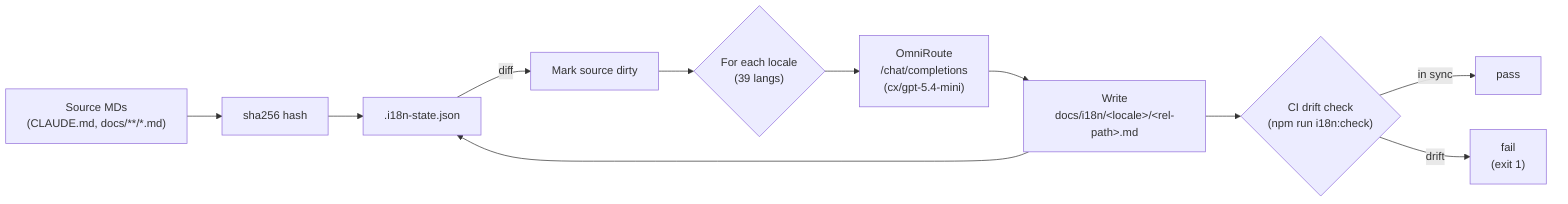
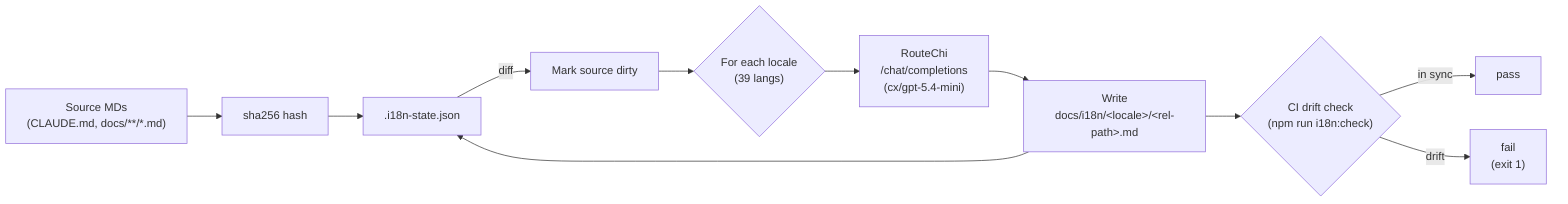
%% Incremental hash-based i18n pipeline
%% Reflects: scripts/i18n/* and docs/i18n/<locale>/*.md mirror layout
%% v3.8.0
flowchart LR
  Src["Source MDs<br/>(CLAUDE.md, docs/**/*.md)"] --> Hash["sha256 hash"]
  Hash --> State[".i18n-state.json"]
  State -->|diff| Dirty["Mark source dirty"]
  Dirty --> Loop{"For each locale<br/>(39 langs)"}
-   Loop --> LLM["OmniRoute<br/>/chat/completions<br/>(cx/gpt-5.4-mini)"]
+   Loop --> LLM["RouteChi<br/>/chat/completions<br/>(cx/gpt-5.4-mini)"]
  LLM --> Target["Write<br/>docs/i18n/&lt;locale&gt;/&lt;rel-path&gt;.md"]
  Target --> State
  Target --> CI{"CI drift check<br/>(npm run i18n:check)"}
  CI -->|in sync| Pass["pass"]
  CI -->|drift| Fail["fail<br/>(exit 1)"]
